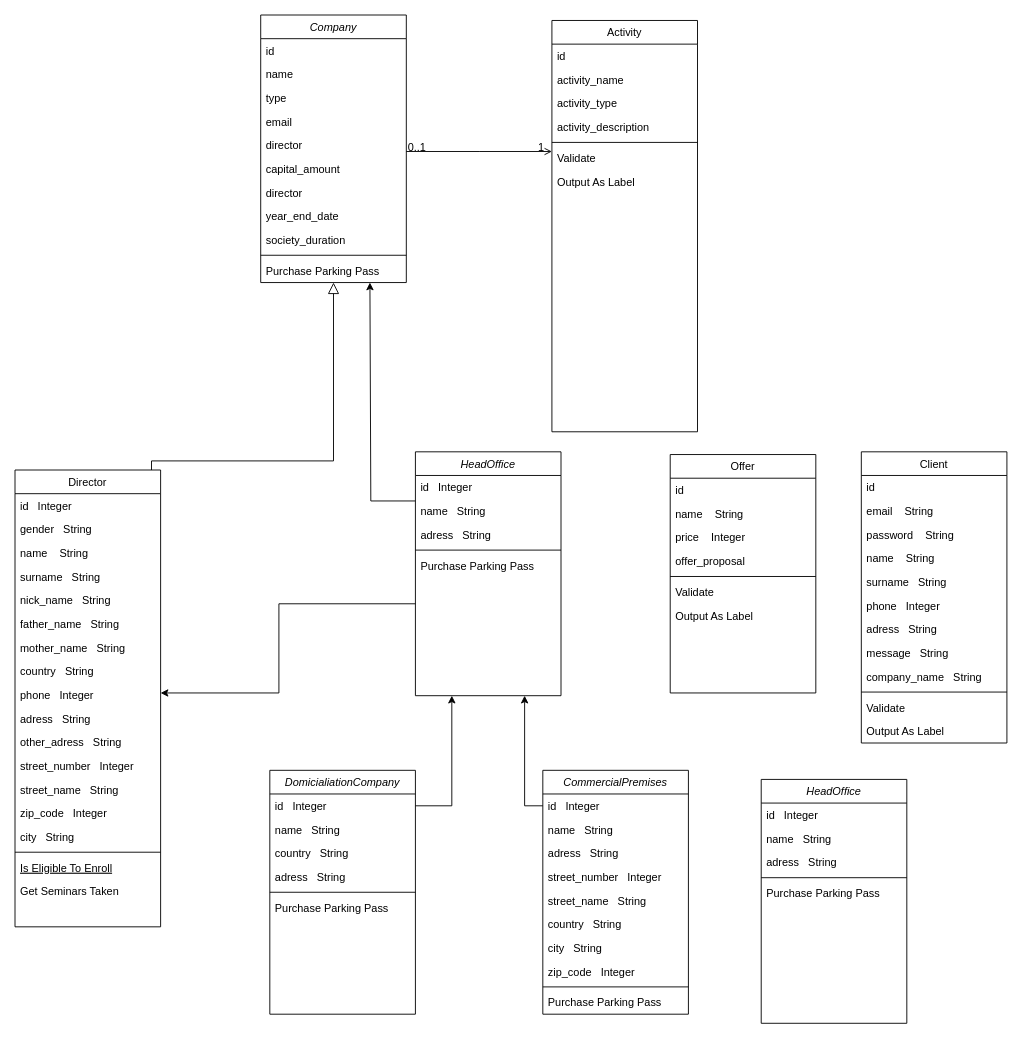
Before: Diagramme sans nom.drawio in Mouanzath-IntegraCom/charts, a draw.io diagram. Source tidied: cells renumbered, new cells numbered last; positions are measured from the earlier drawing's top-left corner, leaving out a move shared by most shapes. Both pictures are drawn from the tidied source at 91%, with x=0, y=0 at pixel (15, 15).
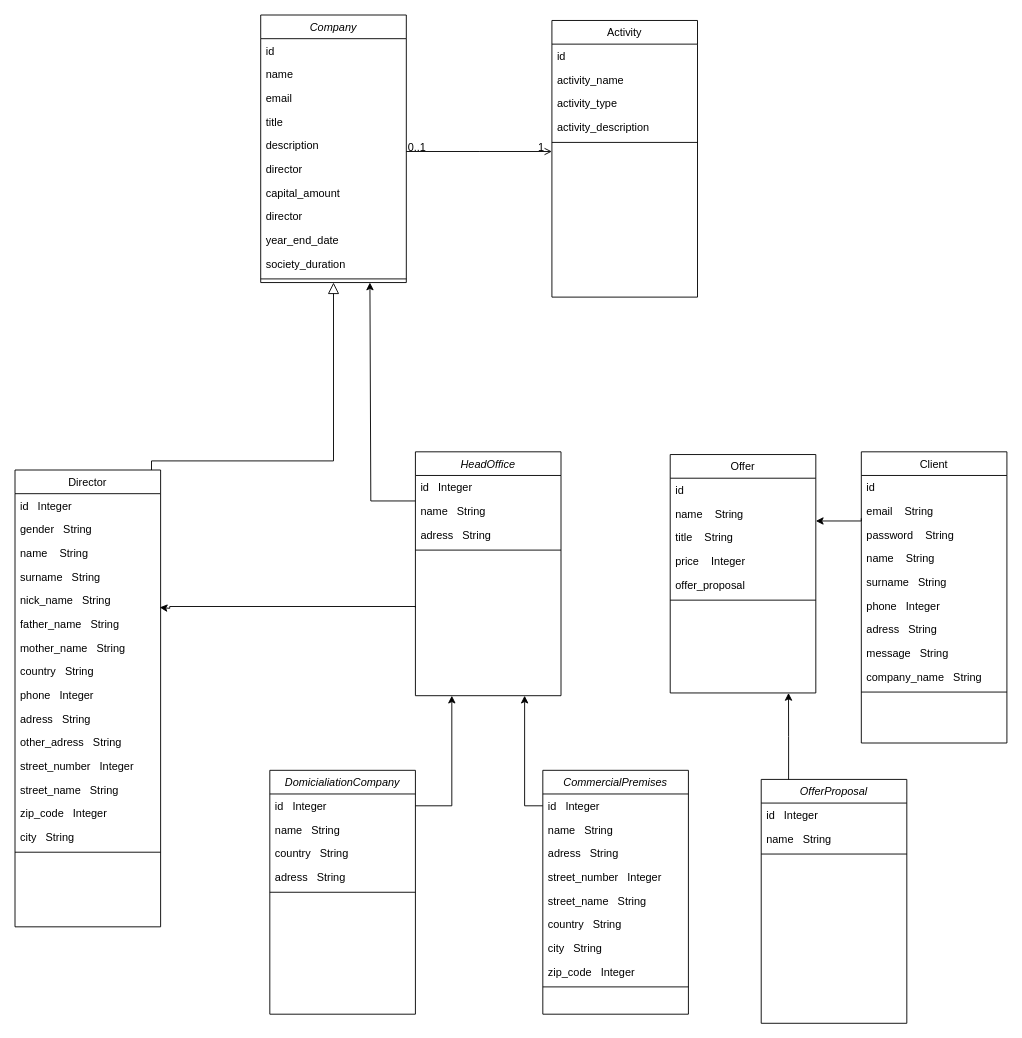
After the change.

Commit message:
Mettre à jour Diagramme Legihub

Unchanged cells that the change refers to:
```xml
<mxCell id="2" value="Company" style="swimlane;fontStyle=2;align=center;verticalAlign=top;horizontal=1;startSize=26;rounded=0;shadow=0;strokeWidth=1;" parent="1" vertex="1">
  <mxGeometry x="270" width="160" height="294" as="geometry" />
</mxCell>
<mxCell id="14" value="Director" style="swimlane;fontStyle=0;align=center;verticalAlign=top;horizontal=1;startSize=26;rounded=0;shadow=0;strokeWidth=1;" parent="1" vertex="1">
  <mxGeometry y="500" width="160" height="502" as="geometry" />
</mxCell>
<mxCell id="19" value="nick_name   String" style="text;align=left;verticalAlign=top;spacingLeft=4;spacingRight=4;overflow=hidden;points=[[0,0.5],[1,0.5]];portConstraint=eastwest;rounded=0;shadow=0;html=0;" parent="14" vertex="1">
  <mxGeometry y="130" width="160" height="26" as="geometry" />
</mxCell>
<mxCell id="46" value="HeadOffice" style="swimlane;fontStyle=2;align=center;verticalAlign=top;horizontal=1;startSize=26;rounded=0;shadow=0;strokeWidth=1;" parent="1" vertex="1">
  <mxGeometry x="440" y="480" width="160" height="268" as="geometry" />
</mxCell>
<mxCell id="53" value="CommercialPremises" style="swimlane;fontStyle=2;align=center;verticalAlign=top;horizontal=1;startSize=26;rounded=0;shadow=0;strokeWidth=1;" parent="1" vertex="1">
  <mxGeometry x="580" y="830" width="160" height="268" as="geometry" />
</mxCell>
<mxCell id="64" value="DomicialiationCompany" style="swimlane;fontStyle=2;align=center;verticalAlign=top;horizontal=1;startSize=26;rounded=0;shadow=0;strokeWidth=1;" parent="1" vertex="1">
  <mxGeometry x="280" y="830" width="160" height="268" as="geometry" />
</mxCell>
<mxCell id="73" value="Offer" style="swimlane;fontStyle=0;align=center;verticalAlign=top;horizontal=1;startSize=26;rounded=0;shadow=0;strokeWidth=1;" parent="1" vertex="1">
  <mxGeometry x="720" y="483" width="160" height="262" as="geometry" />
</mxCell>
<mxCell id="81" value="Client" style="swimlane;fontStyle=0;align=center;verticalAlign=top;horizontal=1;startSize=26;rounded=0;shadow=0;strokeWidth=1;" parent="1" vertex="1">
  <mxGeometry x="930" y="480" width="160" height="320" as="geometry" />
</mxCell>
```

The edit, as a diff of the source:
```diff
@@
-    <mxCell id="5" value="type" style="text;align=left;verticalAlign=top;spacingLeft=4;spacingRight=4;overflow=hidden;" parent="2" vertex="1">
-      <mxGeometry y="78" width="160" height="26" as="geometry" />
-    </mxCell>
     <mxCell id="6" value="email" style="text;align=left;verticalAlign=top;spacingLeft=4;spacingRight=4;overflow=hidden;rounded=0;shadow=0;html=0;" parent="2" vertex="1">
-      <mxGeometry y="104" width="160" height="26" as="geometry" />
+      <mxGeometry y="78" width="160" height="26" as="geometry" />
     </mxCell>
+    <mxCell id="100" value="title" style="text;align=left;verticalAlign=top;spacingLeft=4;spacingRight=4;overflow=hidden;rounded=0;shadow=0;html=0;" parent="2" vertex="1">
+      <mxGeometry y="104" width="160" height="26" as="geometry" />
+    </mxCell>
+    <mxCell id="101" value="description" style="text;align=left;verticalAlign=top;spacingLeft=4;spacingRight=4;overflow=hidden;rounded=0;shadow=0;html=0;" parent="2" vertex="1">
+      <mxGeometry y="130" width="160" height="26" as="geometry" />
+    </mxCell>
     <mxCell id="7" value="director" style="text;align=left;verticalAlign=top;spacingLeft=4;spacingRight=4;overflow=hidden;rounded=0;shadow=0;html=0;" parent="2" vertex="1">
-      <mxGeometry y="130" width="160" height="26" as="geometry" />
+      <mxGeometry y="156" width="160" height="26" as="geometry" />
     </mxCell>
     <mxCell id="8" value="capital_amount" style="text;align=left;verticalAlign=top;spacingLeft=4;spacingRight=4;overflow=hidden;rounded=0;shadow=0;html=0;" parent="2" vertex="1">
-      <mxGeometry y="156" width="160" height="26" as="geometry" />
+      <mxGeometry y="182" width="160" height="26" as="geometry" />
     </mxCell>
     <mxCell id="9" value="director" style="text;align=left;verticalAlign=top;spacingLeft=4;spacingRight=4;overflow=hidden;rounded=0;shadow=0;html=0;" parent="2" vertex="1">
-      <mxGeometry y="182" width="160" height="26" as="geometry" />
+      <mxGeometry y="208" width="160" height="26" as="geometry" />
     </mxCell>
     <mxCell id="10" value="year_end_date" style="text;align=left;verticalAlign=top;spacingLeft=4;spacingRight=4;overflow=hidden;rounded=0;shadow=0;html=0;" parent="2" vertex="1">
-      <mxGeometry y="208" width="160" height="26" as="geometry" />
+      <mxGeometry y="234" width="160" height="26" as="geometry" />
     </mxCell>
     <mxCell id="11" value="society_duration" style="text;align=left;verticalAlign=top;spacingLeft=4;spacingRight=4;overflow=hidden;rounded=0;shadow=0;html=0;" parent="2" vertex="1">
-      <mxGeometry y="234" width="160" height="26" as="geometry" />
+      <mxGeometry y="260" width="160" height="26" as="geometry" />
     </mxCell>
     <mxCell id="12" style="line;html=1;strokeWidth=1;align=left;verticalAlign=middle;spacingTop=-1;spacingLeft=3;spacingRight=3;labelPosition=right;" parent="2" vertex="1">
-      <mxGeometry y="260" width="160" height="8" as="geometry" />
+      <mxGeometry y="286" width="160" height="8" as="geometry" />
     </mxCell>
-    <mxCell id="13" value="Purchase Parking Pass" style="text;align=left;verticalAlign=top;spacingLeft=4;spacingRight=4;overflow=hidden;" parent="2" vertex="1">
-      <mxGeometry y="268" width="160" height="26" as="geometry" />
-    </mxCell>
@@
-    <mxCell id="31" value="Is Eligible To Enroll" style="text;align=left;verticalAlign=top;spacingLeft=4;spacingRight=4;overflow=hidden;fontStyle=4;" parent="14" vertex="1">
-      <mxGeometry y="424" width="160" height="26" as="geometry" />
-    </mxCell>
-    <mxCell id="32" value="Get Seminars Taken" style="text;align=left;verticalAlign=top;spacingLeft=4;spacingRight=4;overflow=hidden;" parent="14" vertex="1">
-      <mxGeometry y="450" width="160" height="26" as="geometry" />
-    </mxCell>
@@
     <mxCell id="34" value="Activity" style="swimlane;fontStyle=0;align=center;verticalAlign=top;horizontal=1;startSize=26;rounded=0;shadow=0;strokeWidth=1;" parent="1" vertex="1">
-      <mxGeometry x="590" y="6" width="160" height="452" as="geometry" />
+      <mxGeometry x="590" y="6" width="160" height="304" as="geometry" />
     </mxCell>
@@
-    <mxCell id="40" value="Validate" style="text;align=left;verticalAlign=top;spacingLeft=4;spacingRight=4;overflow=hidden;" parent="34" vertex="1">
-      <mxGeometry y="138" width="160" height="26" as="geometry" />
-    </mxCell>
-    <mxCell id="41" value="Output As Label" style="text;align=left;verticalAlign=top;spacingLeft=4;spacingRight=4;overflow=hidden;" parent="34" vertex="1">
-      <mxGeometry y="164" width="160" height="26" as="geometry" />
-    </mxCell>
@@
-    <mxCell id="51" value="Purchase Parking Pass" style="text;align=left;verticalAlign=top;spacingLeft=4;spacingRight=4;overflow=hidden;" parent="46" vertex="1">
-      <mxGeometry y="112" width="160" height="26" as="geometry" />
-    </mxCell>
-    <mxCell id="52" style="edgeStyle=orthogonalEdgeStyle;rounded=0;orthogonalLoop=1;jettySize=auto;html=1;exitX=0;exitY=0.5;exitDx=0;exitDy=0;" parent="1" edge="1">
+    <mxCell id="52" style="edgeStyle=orthogonalEdgeStyle;rounded=0;jettySize=auto;html=1;entryX=0.994;entryY=0.808;entryDx=0;entryDy=0;entryPerimeter=0;" parent="1" edge="1" target="19">
       <mxGeometry relative="1" as="geometry">
-        <mxPoint x="440" y="647" as="sourcePoint" />
-        <mxPoint x="160" y="745" as="targetPoint" />
+        <mxPoint x="440" y="651" as="sourcePoint" />
         <Array as="points">
-          <mxPoint x="290" y="647" />
-          <mxPoint x="290" y="745" />
+          <mxPoint x="170" y="650" />
+          <mxPoint x="170" y="652" />
         </Array>
       </mxGeometry>
     </mxCell>
@@
-    <mxCell id="63" value="Purchase Parking Pass" style="text;align=left;verticalAlign=top;spacingLeft=4;spacingRight=4;overflow=hidden;" parent="53" vertex="1">
-      <mxGeometry y="242" width="160" height="26" as="geometry" />
-    </mxCell>
@@
-    <mxCell id="70" value="Purchase Parking Pass" style="text;align=left;verticalAlign=top;spacingLeft=4;spacingRight=4;overflow=hidden;" parent="64" vertex="1">
-      <mxGeometry y="138" width="160" height="26" as="geometry" />
-    </mxCell>
@@
+    <mxCell id="102" value="name    String" style="text;align=left;verticalAlign=top;spacingLeft=4;spacingRight=4;overflow=hidden;rounded=0;shadow=0;html=0;" parent="73" vertex="1">
+      <mxGeometry y="52" width="160" height="26" as="geometry" />
+    </mxCell>
-    <mxCell id="75" value="name    String" style="text;align=left;verticalAlign=top;spacingLeft=4;spacingRight=4;overflow=hidden;rounded=0;shadow=0;html=0;" parent="73" vertex="1">
-      <mxGeometry y="52" width="160" height="26" as="geometry" />
+    <mxCell id="75" value="title    String" style="text;align=left;verticalAlign=top;spacingLeft=4;spacingRight=4;overflow=hidden;rounded=0;shadow=0;html=0;" parent="73" vertex="1">
+      <mxGeometry y="78" width="160" height="26" as="geometry" />
     </mxCell>
     <mxCell id="76" value="price    Integer" style="text;align=left;verticalAlign=top;spacingLeft=4;spacingRight=4;overflow=hidden;rounded=0;shadow=0;html=0;" parent="73" vertex="1">
-      <mxGeometry y="78" width="160" height="26" as="geometry" />
+      <mxGeometry y="104" width="160" height="26" as="geometry" />
     </mxCell>
     <mxCell id="77" value="offer_proposal" style="text;align=left;verticalAlign=top;spacingLeft=4;spacingRight=4;overflow=hidden;rounded=0;shadow=0;html=0;" parent="73" vertex="1">
-      <mxGeometry y="104" width="160" height="26" as="geometry" />
+      <mxGeometry y="130" width="160" height="26" as="geometry" />
     </mxCell>
     <mxCell id="78" style="line;html=1;strokeWidth=1;align=left;verticalAlign=middle;spacingTop=-1;spacingLeft=3;spacingRight=3;labelPosition=right;" parent="73" vertex="1">
-      <mxGeometry y="130" width="160" height="8" as="geometry" />
+      <mxGeometry y="156" width="160" height="8" as="geometry" />
     </mxCell>
-    <mxCell id="79" value="Validate" style="text;align=left;verticalAlign=top;spacingLeft=4;spacingRight=4;overflow=hidden;" parent="73" vertex="1">
-      <mxGeometry y="138" width="160" height="26" as="geometry" />
-    </mxCell>
-    <mxCell id="80" value="Output As Label" style="text;align=left;verticalAlign=top;spacingLeft=4;spacingRight=4;overflow=hidden;" parent="73" vertex="1">
-      <mxGeometry y="164" width="160" height="26" as="geometry" />
-    </mxCell>
@@
-    <mxCell id="92" value="Validate" style="text;align=left;verticalAlign=top;spacingLeft=4;spacingRight=4;overflow=hidden;" parent="81" vertex="1">
-      <mxGeometry y="268" width="160" height="26" as="geometry" />
-    </mxCell>
-    <mxCell id="93" value="Output As Label" style="text;align=left;verticalAlign=top;spacingLeft=4;spacingRight=4;overflow=hidden;" parent="81" vertex="1">
-      <mxGeometry y="294" width="160" height="26" as="geometry" />
-    </mxCell>
+    <mxCell id="103" style="edgeStyle=orthogonalEdgeStyle;rounded=0;jettySize=auto;html=1;exitX=0.188;exitY=0.011;exitDx=0;exitDy=0;exitPerimeter=0;" parent="1" edge="1" source="94">
+      <mxGeometry relative="1" as="geometry">
+        <mxPoint x="850" y="745" as="targetPoint" />
+      </mxGeometry>
+    </mxCell>
-    <mxCell id="94" value="HeadOffice" style="swimlane;fontStyle=2;align=center;verticalAlign=top;horizontal=1;startSize=26;rounded=0;shadow=0;strokeWidth=1;" parent="1" vertex="1">
+    <mxCell id="94" value="OfferProposal" style="swimlane;fontStyle=2;align=center;verticalAlign=top;horizontal=1;startSize=26;rounded=0;shadow=0;strokeWidth=1;" parent="1" vertex="1">
       <mxGeometry x="820" y="840" width="160" height="268" as="geometry" />
     </mxCell>
@@
-    <mxCell id="97" value="adress   String" style="text;align=left;verticalAlign=top;spacingLeft=4;spacingRight=4;overflow=hidden;rounded=0;shadow=0;html=0;" parent="94" vertex="1">
-      <mxGeometry y="78" width="160" height="26" as="geometry" />
-    </mxCell>
     <mxCell id="98" style="line;html=1;strokeWidth=1;align=left;verticalAlign=middle;spacingTop=-1;spacingLeft=3;spacingRight=3;labelPosition=right;" parent="94" vertex="1">
-      <mxGeometry y="104" width="160" height="8" as="geometry" />
+      <mxGeometry y="78" width="160" height="8" as="geometry" />
     </mxCell>
-    <mxCell id="99" value="Purchase Parking Pass" style="text;align=left;verticalAlign=top;spacingLeft=4;spacingRight=4;overflow=hidden;" parent="94" vertex="1">
-      <mxGeometry y="112" width="160" height="26" as="geometry" />
-    </mxCell>
+    <mxCell id="104" style="edgeStyle=orthogonalEdgeStyle;rounded=0;orthogonalLoop=1;jettySize=auto;html=1;exitX=0;exitY=0.5;exitDx=0;exitDy=0;entryX=1;entryY=0.5;entryDx=0;entryDy=0;" parent="1" edge="1">
+      <mxGeometry relative="1" as="geometry">
+        <mxPoint x="930" y="553" as="sourcePoint" />
+        <mxPoint x="880" y="556" as="targetPoint" />
+        <Array as="points">
+          <mxPoint x="930" y="556" />
+        </Array>
+      </mxGeometry>
+    </mxCell>
```
